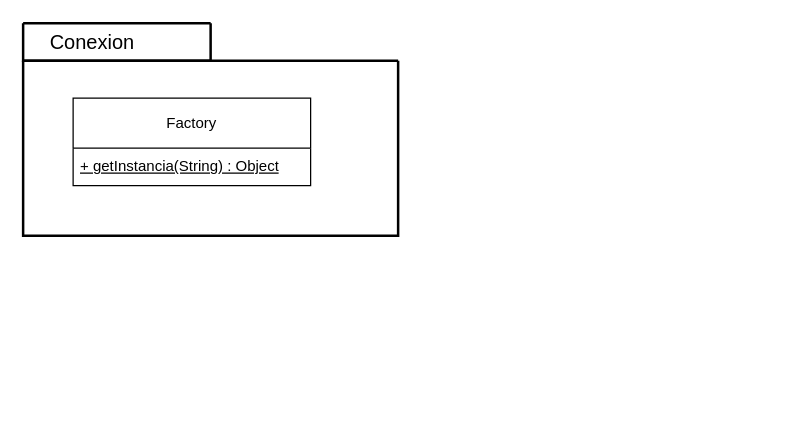
AverageZeko/POO-colectivos keeps this draw.io diagram as src/colectivo/doc/uml/drawio/colectivo.conexion.drawio. Above is the earlier version. Source tidied: cells renumbered, new cells numbered last; positions are measured from the earlier drawing's top-left corner, leaving out a move shared by most shapes. Both pictures are drawn from the tidied source at 125%, with x=0, y=0 at pixel (22, 22).
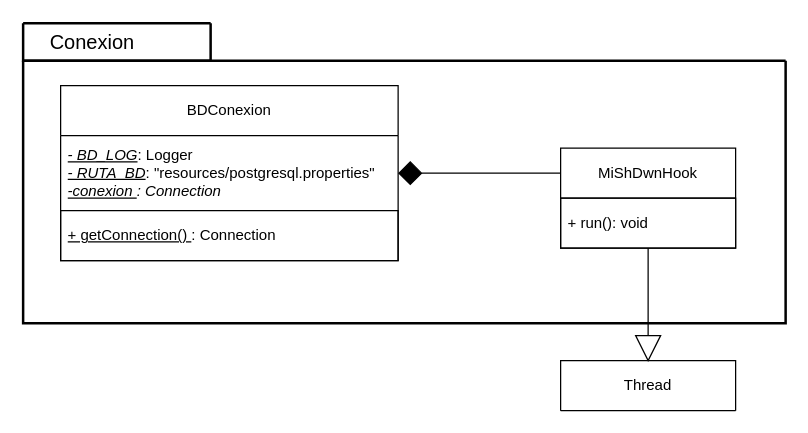
After the change.

Diff of the diagram source:
```diff
@@
 <mxGraphModel>
   <root>
     <mxCell id="0" />
     <mxCell id="1" parent="0" />
     <mxCell id="2" style="swimlane;startSize=0;align=center;strokeWidth=2;" parent="1" vertex="1">
-      <mxGeometry y="30" width="300" height="140" as="geometry" />
+      <mxGeometry y="30" width="610" height="210" as="geometry" />
     </mxCell>
-    <mxCell id="3" value="Factory" style="swimlane;fontStyle=0;horizontal=1;startSize=40;whiteSpace=wrap;html=1;" parent="2" vertex="1">
-      <mxGeometry x="40" y="30" width="190" height="70" as="geometry" />
-    </mxCell>
-    <mxCell id="4" value="&lt;u&gt;+ getInstancia(String) : Object&lt;/u&gt;" style="text;strokeColor=none;fillColor=none;align=left;verticalAlign=middle;spacingLeft=4;spacingRight=4;overflow=hidden;whiteSpace=wrap;html=1;" parent="3" vertex="1">
-      <mxGeometry y="40" width="190" height="30" as="geometry" />
-    </mxCell>
+    <mxCell id="7" value="BDConexion" style="swimlane;fontStyle=0;horizontal=1;startSize=40;whiteSpace=wrap;html=1;" parent="2" vertex="1">
+      <mxGeometry x="30" y="20" width="270" height="140" as="geometry" />
+    </mxCell>
+    <mxCell id="8" value="&lt;div&gt;&lt;u&gt;&lt;i&gt;- BD_LOG&lt;/i&gt;&lt;/u&gt;: Logger&lt;/div&gt;&lt;div&gt;&lt;u&gt;&lt;i&gt;- RUTA_BD&lt;/i&gt;&lt;/u&gt;: &quot;resources/postgresql.properties&quot;&lt;/div&gt;&lt;div&gt;&lt;i&gt;&lt;u&gt;-conexion&amp;nbsp;&lt;/u&gt;: Connection&lt;/i&gt;&lt;/div&gt;" style="text;strokeColor=none;fillColor=none;align=left;verticalAlign=middle;spacingLeft=4;spacingRight=4;overflow=hidden;points=[[0,0.5],[1,0.5]];portConstraint=eastwest;whiteSpace=wrap;html=1;" parent="7" vertex="1">
+      <mxGeometry y="40" width="270" height="60" as="geometry" />
+    </mxCell>
+    <mxCell id="9" value="&lt;u&gt;+ getConnection()&amp;nbsp;&lt;/u&gt;: Connection" style="text;strokeColor=default;fillColor=none;align=left;verticalAlign=middle;spacingLeft=4;spacingRight=4;overflow=hidden;whiteSpace=wrap;html=1;" parent="7" vertex="1">
+      <mxGeometry y="100" width="270" height="40" as="geometry" />
+    </mxCell>
+    <mxCell id="10" value="MiShDwnHook" style="swimlane;fontStyle=0;horizontal=1;startSize=40;whiteSpace=wrap;html=1;" parent="2" vertex="1">
+      <mxGeometry x="430" y="70" width="140" height="80" as="geometry" />
+    </mxCell>
+    <mxCell id="11" value="+ run(): void" style="text;strokeColor=default;fillColor=none;align=left;verticalAlign=middle;spacingLeft=4;spacingRight=4;overflow=hidden;whiteSpace=wrap;html=1;" parent="10" vertex="1">
+      <mxGeometry y="40" width="140" height="40" as="geometry" />
+    </mxCell>
+    <mxCell id="12" style="endArrow=none;html=1;rounded=0;entryX=0;entryY=0.25;entryDx=0;entryDy=0;exitX=1;exitY=0.5;exitDx=0;exitDy=0;startArrow=diamond;startFill=1;startSize=17;" parent="2" edge="1" source="8" target="10">
+      <mxGeometry relative="1" as="geometry" />
+    </mxCell>
     <mxCell id="5" style="swimlane;startSize=0;strokeWidth=2;" parent="1" vertex="1">
       <mxGeometry width="150" height="30" as="geometry" />
     </mxCell>
     <mxCell id="6" value="Conexion" style="text;html=1;align=center;verticalAlign=middle;strokeColor=none;fillColor=none;fontSize=16;" parent="5" vertex="1">
       <mxGeometry x="10" width="90" height="30" as="geometry" />
     </mxCell>
+    <mxCell id="13" value="Thread" style="swimlane;fontStyle=0;horizontal=1;startSize=80;whiteSpace=wrap;html=1;" parent="1" vertex="1">
+      <mxGeometry x="430" y="270" width="140" height="40" as="geometry" />
+    </mxCell>
+    <mxCell id="14" style="triangle;whiteSpace=wrap;html=1;direction=south;" parent="1" vertex="1">
+      <mxGeometry x="490" y="250" width="20" height="20" as="geometry" />
+    </mxCell>
+    <mxCell id="15" style="endArrow=none;html=1;rounded=0;exitX=0.5;exitY=1;exitDx=0;exitDy=0;startArrow=none;startFill=0;endFill=0;entryX=0;entryY=0.5;entryDx=0;entryDy=0;" parent="1" edge="1" source="10" target="14">
+      <mxGeometry relative="1" as="geometry" />
+    </mxCell>
   </root>
 </mxGraphModel>
```
